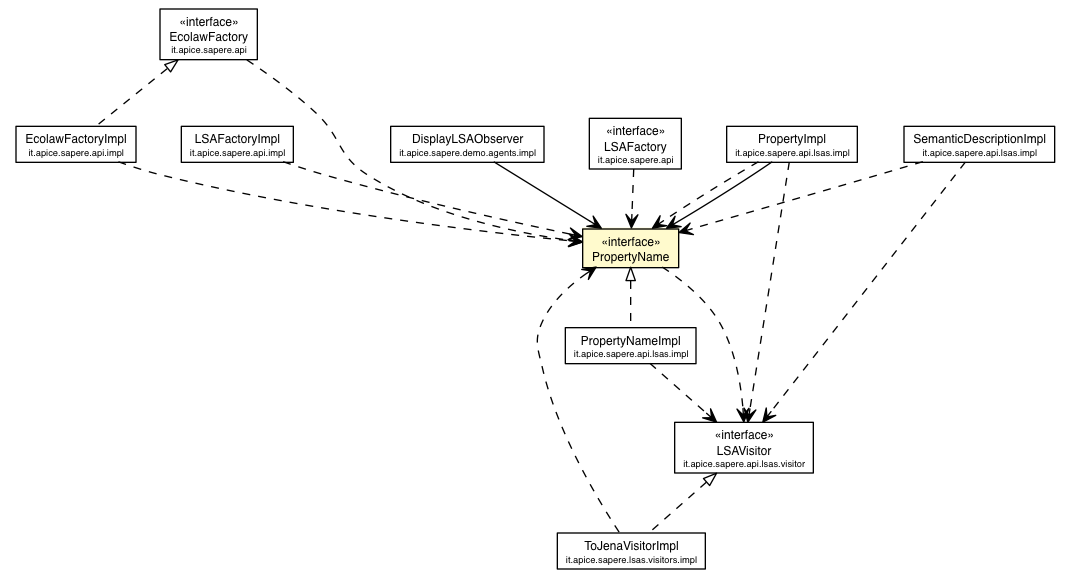
The Graphviz diagram deployed-site/apidocs/it/apice/sapere/api/lsas/PropertyName.png in DanySK/Legacy-Contessi-Thesis-Semantic-Web-SAPERE, before a commit. Its source is kept beside it as deployed-site/apidocs/it/apice/sapere/api/lsas/PropertyName.dot. The source it was exported from:
```dot

digraph G {
	edge [fontname="Helvetica",fontsize=10,labelfontname="Helvetica",labelfontsize=10];
	node [fontname="Helvetica",fontsize=10,shape=plaintext];
	c29056 [label=<<table border="0" cellborder="1" cellspacing="0" cellpadding="2" port="p" href="../LSAFactory.html">
		<tr><td><table border="0" cellspacing="0" cellpadding="1">
			<tr><td> &laquo;interface&raquo; </td></tr>
			<tr><td> LSAFactory </td></tr>
			<tr><td><font point-size="7.0"> it.apice.sapere.api </font></td></tr>
		</table></td></tr>
		</table>>, fontname="Helvetica", fontcolor="black", fontsize=9.0];
	c29057 [label=<<table border="0" cellborder="1" cellspacing="0" cellpadding="2" port="p" href="../EcolawFactory.html">
		<tr><td><table border="0" cellspacing="0" cellpadding="1">
			<tr><td> &laquo;interface&raquo; </td></tr>
			<tr><td> EcolawFactory </td></tr>
			<tr><td><font point-size="7.0"> it.apice.sapere.api </font></td></tr>
		</table></td></tr>
		</table>>, fontname="Helvetica", fontcolor="black", fontsize=9.0];
	c29102 [label=<<table border="0" cellborder="1" cellspacing="0" cellpadding="2" port="p" bgcolor="lemonChiffon" href="./PropertyName.html">
		<tr><td><table border="0" cellspacing="0" cellpadding="1">
			<tr><td> &laquo;interface&raquo; </td></tr>
			<tr><td> PropertyName </td></tr>
		</table></td></tr>
		</table>>, fontname="Helvetica", fontcolor="black", fontsize=9.0];
	c29126 [label=<<table border="0" cellborder="1" cellspacing="0" cellpadding="2" port="p" href="./visitor/LSAVisitor.html">
		<tr><td><table border="0" cellspacing="0" cellpadding="1">
			<tr><td> &laquo;interface&raquo; </td></tr>
			<tr><td> LSAVisitor </td></tr>
			<tr><td><font point-size="7.0"> it.apice.sapere.api.lsas.visitor </font></td></tr>
		</table></td></tr>
		</table>>, fontname="Helvetica", fontcolor="black", fontsize=9.0];
	c29201 [label=<<table border="0" cellborder="1" cellspacing="0" cellpadding="2" port="p" href="../impl/LSAFactoryImpl.html">
		<tr><td><table border="0" cellspacing="0" cellpadding="1">
			<tr><td> LSAFactoryImpl </td></tr>
			<tr><td><font point-size="7.0"> it.apice.sapere.api.impl </font></td></tr>
		</table></td></tr>
		</table>>, fontname="Helvetica", fontcolor="black", fontsize=9.0];
	c29202 [label=<<table border="0" cellborder="1" cellspacing="0" cellpadding="2" port="p" href="../impl/EcolawFactoryImpl.html">
		<tr><td><table border="0" cellspacing="0" cellpadding="1">
			<tr><td> EcolawFactoryImpl </td></tr>
			<tr><td><font point-size="7.0"> it.apice.sapere.api.impl </font></td></tr>
		</table></td></tr>
		</table>>, fontname="Helvetica", fontcolor="black", fontsize=9.0];
	c29203 [label=<<table border="0" cellborder="1" cellspacing="0" cellpadding="2" port="p" href="./impl/SemanticDescriptionImpl.html">
		<tr><td><table border="0" cellspacing="0" cellpadding="1">
			<tr><td> SemanticDescriptionImpl </td></tr>
			<tr><td><font point-size="7.0"> it.apice.sapere.api.lsas.impl </font></td></tr>
		</table></td></tr>
		</table>>, fontname="Helvetica", fontcolor="black", fontsize=9.0];
	c29204 [label=<<table border="0" cellborder="1" cellspacing="0" cellpadding="2" port="p" href="./impl/PropertyNameImpl.html">
		<tr><td><table border="0" cellspacing="0" cellpadding="1">
			<tr><td> PropertyNameImpl </td></tr>
			<tr><td><font point-size="7.0"> it.apice.sapere.api.lsas.impl </font></td></tr>
		</table></td></tr>
		</table>>, fontname="Helvetica", fontcolor="black", fontsize=9.0];
	c29205 [label=<<table border="0" cellborder="1" cellspacing="0" cellpadding="2" port="p" href="./impl/PropertyImpl.html">
		<tr><td><table border="0" cellspacing="0" cellpadding="1">
			<tr><td> PropertyImpl </td></tr>
			<tr><td><font point-size="7.0"> it.apice.sapere.api.lsas.impl </font></td></tr>
		</table></td></tr>
		</table>>, fontname="Helvetica", fontcolor="black", fontsize=9.0];
	c29232 [label=<<table border="0" cellborder="1" cellspacing="0" cellpadding="2" port="p" href="../../lsas/visitors/impl/ToJenaVisitorImpl.html">
		<tr><td><table border="0" cellspacing="0" cellpadding="1">
			<tr><td> ToJenaVisitorImpl </td></tr>
			<tr><td><font point-size="7.0"> it.apice.sapere.lsas.visitors.impl </font></td></tr>
		</table></td></tr>
		</table>>, fontname="Helvetica", fontcolor="black", fontsize=9.0];
	c29275 [label=<<table border="0" cellborder="1" cellspacing="0" cellpadding="2" port="p" href="../../demo/agents/impl/DisplayLSAObserver.html">
		<tr><td><table border="0" cellspacing="0" cellpadding="1">
			<tr><td> DisplayLSAObserver </td></tr>
			<tr><td><font point-size="7.0"> it.apice.sapere.demo.agents.impl </font></td></tr>
		</table></td></tr>
		</table>>, fontname="Helvetica", fontcolor="black", fontsize=9.0];
	c29057:p -> c29202:p [dir=back,arrowtail=empty,style=dashed];
	c29102:p -> c29204:p [dir=back,arrowtail=empty,style=dashed];
	c29126:p -> c29232:p [dir=back,arrowtail=empty,style=dashed];
	c29205:p -> c29102:p [taillabel="", label="", headlabel="", fontname="Helvetica", fontcolor="black", fontsize=10.0, color="black", arrowhead=open];
	c29275:p -> c29102:p [taillabel="", label="", headlabel="", fontname="Helvetica", fontcolor="black", fontsize=10.0, color="black", arrowhead=open];
	c29056:p -> c29102:p [taillabel="", label="", headlabel="", fontname="Helvetica", fontcolor="black", fontsize=10.0, color="black", arrowhead=open, style=dashed];
	c29057:p -> c29102:p [taillabel="", label="", headlabel="", fontname="Helvetica", fontcolor="black", fontsize=10.0, color="black", arrowhead=open, style=dashed];
	c29102:p -> c29126:p [taillabel="", label="", headlabel="", fontname="Helvetica", fontcolor="black", fontsize=10.0, color="black", arrowhead=open, style=dashed];
	c29201:p -> c29102:p [taillabel="", label="", headlabel="", fontname="Helvetica", fontcolor="black", fontsize=10.0, color="black", arrowhead=open, style=dashed];
	c29202:p -> c29102:p [taillabel="", label="", headlabel="", fontname="Helvetica", fontcolor="black", fontsize=10.0, color="black", arrowhead=open, style=dashed];
	c29203:p -> c29102:p [taillabel="", label="", headlabel="", fontname="Helvetica", fontcolor="black", fontsize=10.0, color="black", arrowhead=open, style=dashed];
	c29203:p -> c29126:p [taillabel="", label="", headlabel="", fontname="Helvetica", fontcolor="black", fontsize=10.0, color="black", arrowhead=open, style=dashed];
	c29204:p -> c29126:p [taillabel="", label="", headlabel="", fontname="Helvetica", fontcolor="black", fontsize=10.0, color="black", arrowhead=open, style=dashed];
	c29205:p -> c29102:p [taillabel="", label="", headlabel="", fontname="Helvetica", fontcolor="black", fontsize=10.0, color="black", arrowhead=open, style=dashed];
	c29205:p -> c29126:p [taillabel="", label="", headlabel="", fontname="Helvetica", fontcolor="black", fontsize=10.0, color="black", arrowhead=open, style=dashed];
	c29232:p -> c29102:p [taillabel="", label="", headlabel="", fontname="Helvetica", fontcolor="black", fontsize=10.0, color="black", arrowhead=open, style=dashed];
}
```
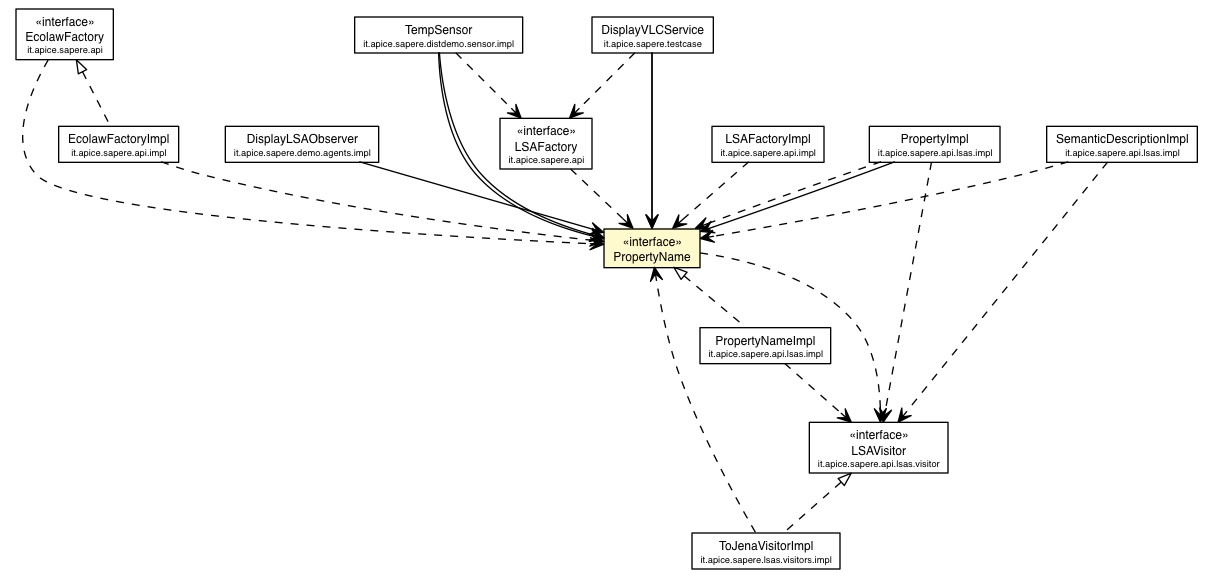
After the commit.

The edit, as a diff of the source:
```diff
@@ -2,89 +2,107 @@
 digraph G {
 	edge [fontname="Helvetica",fontsize=10,labelfontname="Helvetica",labelfontsize=10];
 	node [fontname="Helvetica",fontsize=10,shape=plaintext];
-	c29056 [label=<<table border="0" cellborder="1" cellspacing="0" cellpadding="2" port="p" href="../LSAFactory.html">
+	c34082 [label=<<table border="0" cellborder="1" cellspacing="0" cellpadding="2" port="p" href="../LSAFactory.html">
 		<tr><td><table border="0" cellspacing="0" cellpadding="1">
 			<tr><td> &laquo;interface&raquo; </td></tr>
 			<tr><td> LSAFactory </td></tr>
 			<tr><td><font point-size="7.0"> it.apice.sapere.api </font></td></tr>
 		</table></td></tr>
 		</table>>, fontname="Helvetica", fontcolor="black", fontsize=9.0];
-	c29057 [label=<<table border="0" cellborder="1" cellspacing="0" cellpadding="2" port="p" href="../EcolawFactory.html">
+	c34083 [label=<<table border="0" cellborder="1" cellspacing="0" cellpadding="2" port="p" href="../EcolawFactory.html">
 		<tr><td><table border="0" cellspacing="0" cellpadding="1">
 			<tr><td> &laquo;interface&raquo; </td></tr>
 			<tr><td> EcolawFactory </td></tr>
 			<tr><td><font point-size="7.0"> it.apice.sapere.api </font></td></tr>
 		</table></td></tr>
 		</table>>, fontname="Helvetica", fontcolor="black", fontsize=9.0];
-	c29102 [label=<<table border="0" cellborder="1" cellspacing="0" cellpadding="2" port="p" bgcolor="lemonChiffon" href="./PropertyName.html">
+	c34128 [label=<<table border="0" cellborder="1" cellspacing="0" cellpadding="2" port="p" bgcolor="lemonChiffon" href="./PropertyName.html">
 		<tr><td><table border="0" cellspacing="0" cellpadding="1">
 			<tr><td> &laquo;interface&raquo; </td></tr>
 			<tr><td> PropertyName </td></tr>
 		</table></td></tr>
 		</table>>, fontname="Helvetica", fontcolor="black", fontsize=9.0];
-	c29126 [label=<<table border="0" cellborder="1" cellspacing="0" cellpadding="2" port="p" href="./visitor/LSAVisitor.html">
+	c34152 [label=<<table border="0" cellborder="1" cellspacing="0" cellpadding="2" port="p" href="./visitor/LSAVisitor.html">
 		<tr><td><table border="0" cellspacing="0" cellpadding="1">
 			<tr><td> &laquo;interface&raquo; </td></tr>
 			<tr><td> LSAVisitor </td></tr>
 			<tr><td><font point-size="7.0"> it.apice.sapere.api.lsas.visitor </font></td></tr>
 		</table></td></tr>
 		</table>>, fontname="Helvetica", fontcolor="black", fontsize=9.0];
-	c29201 [label=<<table border="0" cellborder="1" cellspacing="0" cellpadding="2" port="p" href="../impl/LSAFactoryImpl.html">
+	c34227 [label=<<table border="0" cellborder="1" cellspacing="0" cellpadding="2" port="p" href="../impl/LSAFactoryImpl.html">
 		<tr><td><table border="0" cellspacing="0" cellpadding="1">
 			<tr><td> LSAFactoryImpl </td></tr>
 			<tr><td><font point-size="7.0"> it.apice.sapere.api.impl </font></td></tr>
 		</table></td></tr>
 		</table>>, fontname="Helvetica", fontcolor="black", fontsize=9.0];
-	c29202 [label=<<table border="0" cellborder="1" cellspacing="0" cellpadding="2" port="p" href="../impl/EcolawFactoryImpl.html">
+	c34228 [label=<<table border="0" cellborder="1" cellspacing="0" cellpadding="2" port="p" href="../impl/EcolawFactoryImpl.html">
 		<tr><td><table border="0" cellspacing="0" cellpadding="1">
 			<tr><td> EcolawFactoryImpl </td></tr>
 			<tr><td><font point-size="7.0"> it.apice.sapere.api.impl </font></td></tr>
 		</table></td></tr>
 		</table>>, fontname="Helvetica", fontcolor="black", fontsize=9.0];
-	c29203 [label=<<table border="0" cellborder="1" cellspacing="0" cellpadding="2" port="p" href="./impl/SemanticDescriptionImpl.html">
+	c34229 [label=<<table border="0" cellborder="1" cellspacing="0" cellpadding="2" port="p" href="./impl/SemanticDescriptionImpl.html">
 		<tr><td><table border="0" cellspacing="0" cellpadding="1">
 			<tr><td> SemanticDescriptionImpl </td></tr>
 			<tr><td><font point-size="7.0"> it.apice.sapere.api.lsas.impl </font></td></tr>
 		</table></td></tr>
 		</table>>, fontname="Helvetica", fontcolor="black", fontsize=9.0];
-	c29204 [label=<<table border="0" cellborder="1" cellspacing="0" cellpadding="2" port="p" href="./impl/PropertyNameImpl.html">
+	c34230 [label=<<table border="0" cellborder="1" cellspacing="0" cellpadding="2" port="p" href="./impl/PropertyNameImpl.html">
 		<tr><td><table border="0" cellspacing="0" cellpadding="1">
 			<tr><td> PropertyNameImpl </td></tr>
 			<tr><td><font point-size="7.0"> it.apice.sapere.api.lsas.impl </font></td></tr>
 		</table></td></tr>
 		</table>>, fontname="Helvetica", fontcolor="black", fontsize=9.0];
-	c29205 [label=<<table border="0" cellborder="1" cellspacing="0" cellpadding="2" port="p" href="./impl/PropertyImpl.html">
+	c34231 [label=<<table border="0" cellborder="1" cellspacing="0" cellpadding="2" port="p" href="./impl/PropertyImpl.html">
 		<tr><td><table border="0" cellspacing="0" cellpadding="1">
 			<tr><td> PropertyImpl </td></tr>
 			<tr><td><font point-size="7.0"> it.apice.sapere.api.lsas.impl </font></td></tr>
 		</table></td></tr>
 		</table>>, fontname="Helvetica", fontcolor="black", fontsize=9.0];
-	c29232 [label=<<table border="0" cellborder="1" cellspacing="0" cellpadding="2" port="p" href="../../lsas/visitors/impl/ToJenaVisitorImpl.html">
+	c34258 [label=<<table border="0" cellborder="1" cellspacing="0" cellpadding="2" port="p" href="../../lsas/visitors/impl/ToJenaVisitorImpl.html">
 		<tr><td><table border="0" cellspacing="0" cellpadding="1">
 			<tr><td> ToJenaVisitorImpl </td></tr>
 			<tr><td><font point-size="7.0"> it.apice.sapere.lsas.visitors.impl </font></td></tr>
 		</table></td></tr>
 		</table>>, fontname="Helvetica", fontcolor="black", fontsize=9.0];
-	c29275 [label=<<table border="0" cellborder="1" cellspacing="0" cellpadding="2" port="p" href="../../demo/agents/impl/DisplayLSAObserver.html">
+	c34303 [label=<<table border="0" cellborder="1" cellspacing="0" cellpadding="2" port="p" href="../../testcase/DisplayVLCService.html">
+		<tr><td><table border="0" cellspacing="0" cellpadding="1">
+			<tr><td> DisplayVLCService </td></tr>
+			<tr><td><font point-size="7.0"> it.apice.sapere.testcase </font></td></tr>
+		</table></td></tr>
+		</table>>, fontname="Helvetica", fontcolor="black", fontsize=9.0];
+	c34308 [label=<<table border="0" cellborder="1" cellspacing="0" cellpadding="2" port="p" href="../../demo/agents/impl/DisplayLSAObserver.html">
 		<tr><td><table border="0" cellspacing="0" cellpadding="1">
 			<tr><td> DisplayLSAObserver </td></tr>
 			<tr><td><font point-size="7.0"> it.apice.sapere.demo.agents.impl </font></td></tr>
 		</table></td></tr>
 		</table>>, fontname="Helvetica", fontcolor="black", fontsize=9.0];
-	c29057:p -> c29202:p [dir=back,arrowtail=empty,style=dashed];
-	c29102:p -> c29204:p [dir=back,arrowtail=empty,style=dashed];
-	c29126:p -> c29232:p [dir=back,arrowtail=empty,style=dashed];
-	c29205:p -> c29102:p [taillabel="", label="", headlabel="", fontname="Helvetica", fontcolor="black", fontsize=10.0, color="black", arrowhead=open];
-	c29275:p -> c29102:p [taillabel="", label="", headlabel="", fontname="Helvetica", fontcolor="black", fontsize=10.0, color="black", arrowhead=open];
-	c29056:p -> c29102:p [taillabel="", label="", headlabel="", fontname="Helvetica", fontcolor="black", fontsize=10.0, color="black", arrowhead=open, style=dashed];
-	c29057:p -> c29102:p [taillabel="", label="", headlabel="", fontname="Helvetica", fontcolor="black", fontsize=10.0, color="black", arrowhead=open, style=dashed];
-	c29102:p -> c29126:p [taillabel="", label="", headlabel="", fontname="Helvetica", fontcolor="black", fontsize=10.0, color="black", arrowhead=open, style=dashed];
-	c29201:p -> c29102:p [taillabel="", label="", headlabel="", fontname="Helvetica", fontcolor="black", fontsize=10.0, color="black", arrowhead=open, style=dashed];
-	c29202:p -> c29102:p [taillabel="", label="", headlabel="", fontname="Helvetica", fontcolor="black", fontsize=10.0, color="black", arrowhead=open, style=dashed];
-	c29203:p -> c29102:p [taillabel="", label="", headlabel="", fontname="Helvetica", fontcolor="black", fontsize=10.0, color="black", arrowhead=open, style=dashed];
-	c29203:p -> c29126:p [taillabel="", label="", headlabel="", fontname="Helvetica", fontcolor="black", fontsize=10.0, color="black", arrowhead=open, style=dashed];
-	c29204:p -> c29126:p [taillabel="", label="", headlabel="", fontname="Helvetica", fontcolor="black", fontsize=10.0, color="black", arrowhead=open, style=dashed];
-	c29205:p -> c29102:p [taillabel="", label="", headlabel="", fontname="Helvetica", fontcolor="black", fontsize=10.0, color="black", arrowhead=open, style=dashed];
-	c29205:p -> c29126:p [taillabel="", label="", headlabel="", fontname="Helvetica", fontcolor="black", fontsize=10.0, color="black", arrowhead=open, style=dashed];
-	c29232:p -> c29102:p [taillabel="", label="", headlabel="", fontname="Helvetica", fontcolor="black", fontsize=10.0, color="black", arrowhead=open, style=dashed];
+	c34321 [label=<<table border="0" cellborder="1" cellspacing="0" cellpadding="2" port="p" href="../../distdemo/sensor/impl/TempSensor.html">
+		<tr><td><table border="0" cellspacing="0" cellpadding="1">
+			<tr><td> TempSensor </td></tr>
+			<tr><td><font point-size="7.0"> it.apice.sapere.distdemo.sensor.impl </font></td></tr>
+		</table></td></tr>
+		</table>>, fontname="Helvetica", fontcolor="black", fontsize=9.0];
+	c34083:p -> c34228:p [dir=back,arrowtail=empty,style=dashed];
+	c34128:p -> c34230:p [dir=back,arrowtail=empty,style=dashed];
+	c34152:p -> c34258:p [dir=back,arrowtail=empty,style=dashed];
+	c34231:p -> c34128:p [taillabel="", label="", headlabel="", fontname="Helvetica", fontcolor="black", fontsize=10.0, color="black", arrowhead=open];
+	c34303:p -> c34128:p [taillabel="", label="", headlabel="", fontname="Helvetica", fontcolor="black", fontsize=10.0, color="black", arrowhead=open];
+	c34303:p -> c34128:p [taillabel="", label="", headlabel="", fontname="Helvetica", fontcolor="black", fontsize=10.0, color="black", arrowhead=open];
+	c34308:p -> c34128:p [taillabel="", label="", headlabel="", fontname="Helvetica", fontcolor="black", fontsize=10.0, color="black", arrowhead=open];
+	c34321:p -> c34128:p [taillabel="", label="", headlabel="", fontname="Helvetica", fontcolor="black", fontsize=10.0, color="black", arrowhead=open];
+	c34321:p -> c34128:p [taillabel="", label="", headlabel="", fontname="Helvetica", fontcolor="black", fontsize=10.0, color="black", arrowhead=open];
+	c34082:p -> c34128:p [taillabel="", label="", headlabel="", fontname="Helvetica", fontcolor="black", fontsize=10.0, color="black", arrowhead=open, style=dashed];
+	c34083:p -> c34128:p [taillabel="", label="", headlabel="", fontname="Helvetica", fontcolor="black", fontsize=10.0, color="black", arrowhead=open, style=dashed];
+	c34128:p -> c34152:p [taillabel="", label="", headlabel="", fontname="Helvetica", fontcolor="black", fontsize=10.0, color="black", arrowhead=open, style=dashed];
+	c34227:p -> c34128:p [taillabel="", label="", headlabel="", fontname="Helvetica", fontcolor="black", fontsize=10.0, color="black", arrowhead=open, style=dashed];
+	c34228:p -> c34128:p [taillabel="", label="", headlabel="", fontname="Helvetica", fontcolor="black", fontsize=10.0, color="black", arrowhead=open, style=dashed];
+	c34229:p -> c34152:p [taillabel="", label="", headlabel="", fontname="Helvetica", fontcolor="black", fontsize=10.0, color="black", arrowhead=open, style=dashed];
+	c34229:p -> c34128:p [taillabel="", label="", headlabel="", fontname="Helvetica", fontcolor="black", fontsize=10.0, color="black", arrowhead=open, style=dashed];
+	c34230:p -> c34152:p [taillabel="", label="", headlabel="", fontname="Helvetica", fontcolor="black", fontsize=10.0, color="black", arrowhead=open, style=dashed];
+	c34231:p -> c34152:p [taillabel="", label="", headlabel="", fontname="Helvetica", fontcolor="black", fontsize=10.0, color="black", arrowhead=open, style=dashed];
+	c34231:p -> c34128:p [taillabel="", label="", headlabel="", fontname="Helvetica", fontcolor="black", fontsize=10.0, color="black", arrowhead=open, style=dashed];
+	c34258:p -> c34128:p [taillabel="", label="", headlabel="", fontname="Helvetica", fontcolor="black", fontsize=10.0, color="black", arrowhead=open, style=dashed];
+	c34303:p -> c34082:p [taillabel="", label="", headlabel="", fontname="Helvetica", fontcolor="black", fontsize=10.0, color="black", arrowhead=open, style=dashed];
+	c34321:p -> c34082:p [taillabel="", label="", headlabel="", fontname="Helvetica", fontcolor="black", fontsize=10.0, color="black", arrowhead=open, style=dashed];
 }
```
